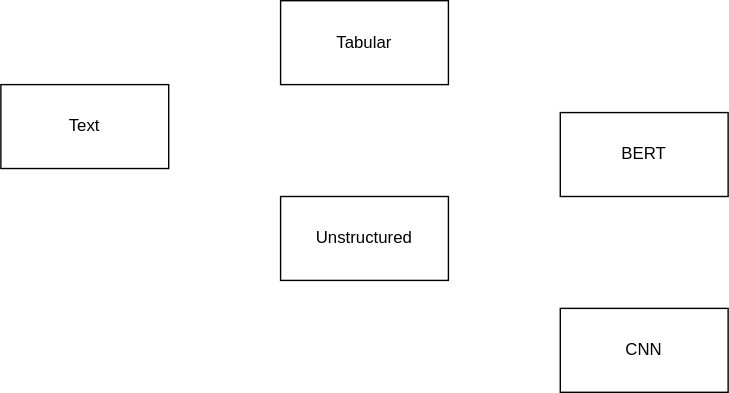
This is notes/text.drawio.svg from dermatologist/kedro-tf-text, a draw.io export, as it was before one commit. Source tidied: cells renumbered, new cells last; positions are measured from the earlier drawing's top-left corner, leaving out a move shared by most shapes. Its diagram source:
```xml
<mxGraphModel>
  <root>
    <mxCell id="0" />
    <mxCell id="1" parent="0" />
    <mxCell id="2" value="Text" style="rounded=0;whiteSpace=wrap;html=1;" parent="1" vertex="1">
      <mxGeometry y="60" width="120" height="60" as="geometry" />
    </mxCell>
    <mxCell id="3" value="Tabular" style="rounded=0;whiteSpace=wrap;html=1;" parent="1" vertex="1">
      <mxGeometry x="200" width="120" height="60" as="geometry" />
    </mxCell>
    <mxCell id="4" value="Unstructured" style="rounded=0;whiteSpace=wrap;html=1;" parent="1" vertex="1">
      <mxGeometry x="200" y="140" width="120" height="60" as="geometry" />
    </mxCell>
    <mxCell id="5" value="BERT" style="rounded=0;whiteSpace=wrap;html=1;" parent="1" vertex="1">
      <mxGeometry x="400" y="80" width="120" height="60" as="geometry" />
    </mxCell>
    <mxCell id="6" value="CNN" style="rounded=0;whiteSpace=wrap;html=1;" parent="1" vertex="1">
      <mxGeometry x="400" y="220" width="120" height="60" as="geometry" />
    </mxCell>
  </root>
</mxGraphModel>
```
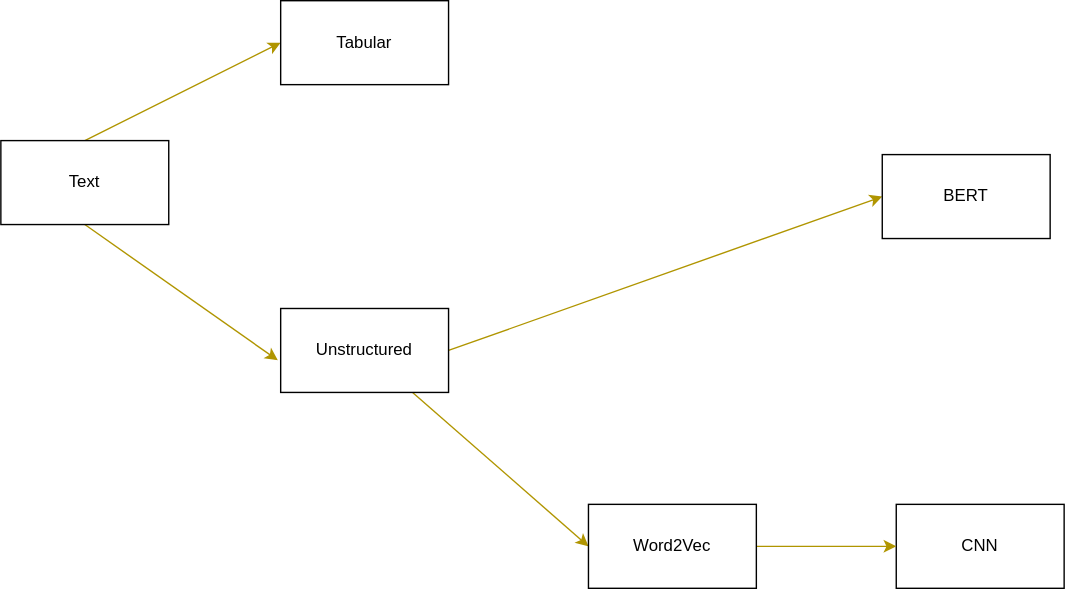
The same diagram one commit later.

Diff of the diagram source:
```diff
@@ -2,20 +2,38 @@
   <root>
     <mxCell id="0" />
     <mxCell id="1" parent="0" />
+    <mxCell id="7" style="edgeStyle=none;html=1;exitX=0.5;exitY=0;exitDx=0;exitDy=0;entryX=0;entryY=0.5;entryDx=0;entryDy=0;fillColor=#e3c800;strokeColor=#B09500;" parent="1" edge="1" source="2" target="3">
+      <mxGeometry relative="1" as="geometry" />
+    </mxCell>
+    <mxCell id="8" style="edgeStyle=none;html=1;exitX=0.5;exitY=1;exitDx=0;exitDy=0;entryX=-0.017;entryY=0.617;entryDx=0;entryDy=0;entryPerimeter=0;fillColor=#e3c800;strokeColor=#B09500;" parent="1" edge="1" source="2" target="4">
+      <mxGeometry relative="1" as="geometry" />
+    </mxCell>
     <mxCell id="2" value="Text" style="rounded=0;whiteSpace=wrap;html=1;" parent="1" vertex="1">
-      <mxGeometry y="60" width="120" height="60" as="geometry" />
+      <mxGeometry x="-40" y="60" width="120" height="60" as="geometry" />
     </mxCell>
     <mxCell id="3" value="Tabular" style="rounded=0;whiteSpace=wrap;html=1;" parent="1" vertex="1">
-      <mxGeometry x="200" width="120" height="60" as="geometry" />
+      <mxGeometry x="160" y="-40" width="120" height="60" as="geometry" />
     </mxCell>
+    <mxCell id="9" style="edgeStyle=none;html=1;exitX=1;exitY=0.5;exitDx=0;exitDy=0;entryX=0;entryY=0.5;entryDx=0;entryDy=0;fillColor=#e3c800;strokeColor=#B09500;" parent="1" edge="1" source="4" target="5">
+      <mxGeometry relative="1" as="geometry" />
+    </mxCell>
+    <mxCell id="10" style="edgeStyle=none;html=1;entryX=0;entryY=0.5;entryDx=0;entryDy=0;fillColor=#e3c800;strokeColor=#B09500;" parent="1" edge="1" source="4" target="12">
+      <mxGeometry relative="1" as="geometry" />
+    </mxCell>
     <mxCell id="4" value="Unstructured" style="rounded=0;whiteSpace=wrap;html=1;" parent="1" vertex="1">
-      <mxGeometry x="200" y="140" width="120" height="60" as="geometry" />
+      <mxGeometry x="160" y="180" width="120" height="60" as="geometry" />
     </mxCell>
     <mxCell id="5" value="BERT" style="rounded=0;whiteSpace=wrap;html=1;" parent="1" vertex="1">
-      <mxGeometry x="400" y="80" width="120" height="60" as="geometry" />
+      <mxGeometry x="590" y="70" width="120" height="60" as="geometry" />
     </mxCell>
     <mxCell id="6" value="CNN" style="rounded=0;whiteSpace=wrap;html=1;" parent="1" vertex="1">
-      <mxGeometry x="400" y="220" width="120" height="60" as="geometry" />
+      <mxGeometry x="600" y="320" width="120" height="60" as="geometry" />
     </mxCell>
+    <mxCell id="11" style="edgeStyle=none;html=1;exitX=1;exitY=0.5;exitDx=0;exitDy=0;entryX=0;entryY=0.5;entryDx=0;entryDy=0;fillColor=#e3c800;strokeColor=#B09500;" parent="1" edge="1" source="12" target="6">
+      <mxGeometry relative="1" as="geometry" />
+    </mxCell>
+    <mxCell id="12" value="Word2Vec" style="rounded=0;whiteSpace=wrap;html=1;" parent="1" vertex="1">
+      <mxGeometry x="380" y="320" width="120" height="60" as="geometry" />
+    </mxCell>
   </root>
 </mxGraphModel>
```
